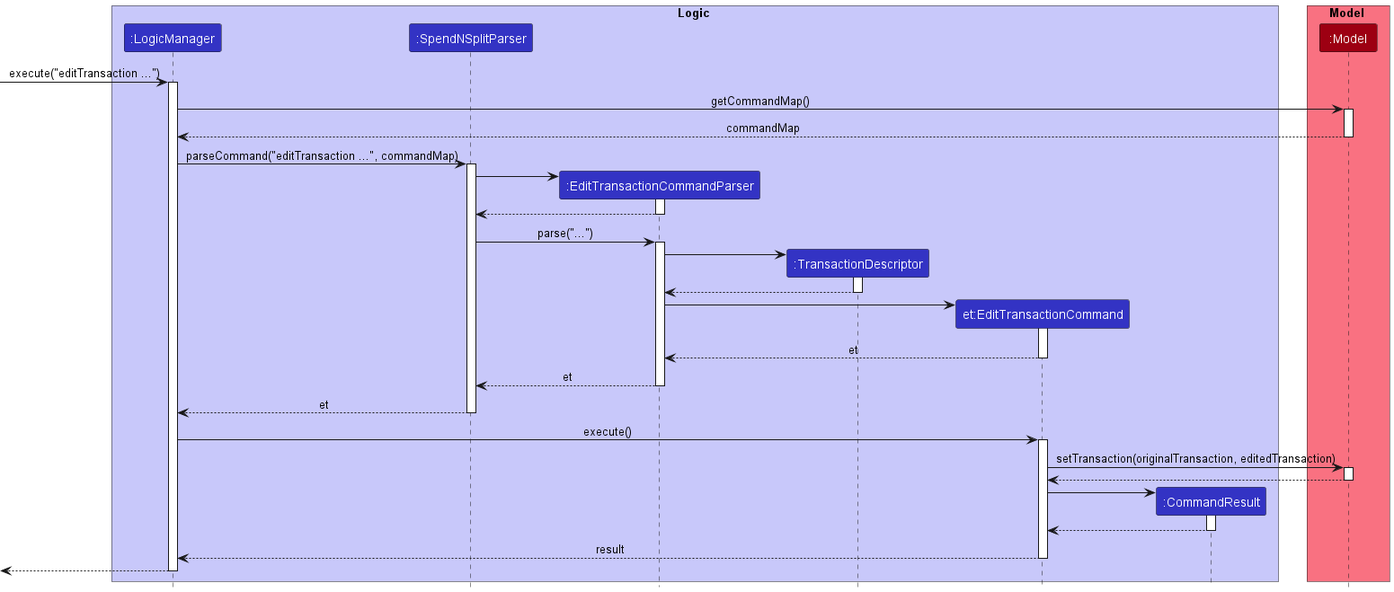
This is docs/images/EditTransactionSequenceDiagram.png from wui-hong/tp, a PlantUML export, as it was before one commit.
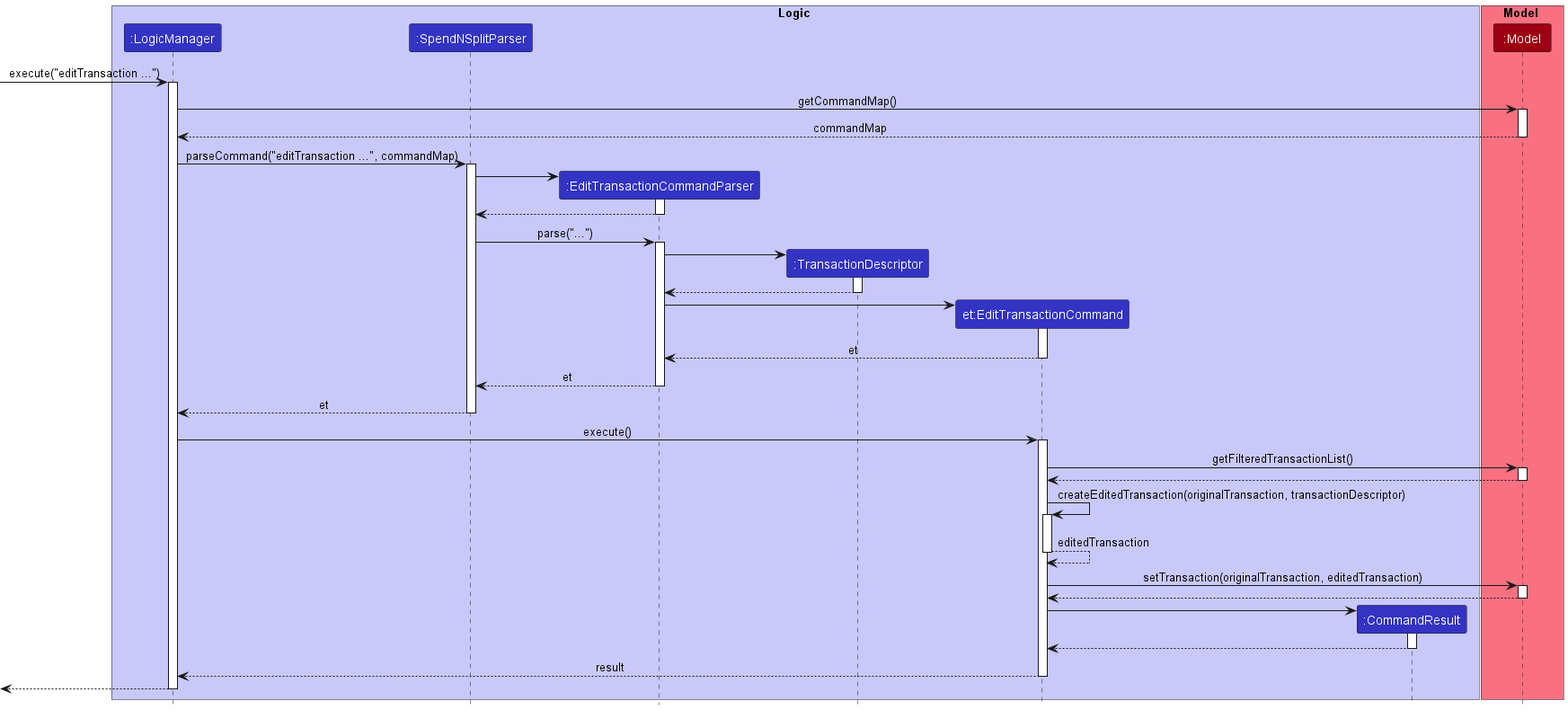
The same file after the commit.

The edit, as a diff of the source:
```diff
@@ -59,6 +59,18 @@
 LogicManager -> EditTransactionCommand : execute()
 activate EditTransactionCommand
 
+EditTransactionCommand -> Model : getFilteredTransactionList()
+activate Model
+
+Model --> EditTransactionCommand
+deactivate Model
+
+EditTransactionCommand -> EditTransactionCommand : createEditedTransaction(originalTransaction, transactionDescriptor)
+activate EditTransactionCommand
+
+EditTransactionCommand --> EditTransactionCommand : editedTransaction
+deactivate EditTransactionCommand
+
 EditTransactionCommand -> Model : setTransaction(originalTransaction, editedTransaction)
 activate Model
 
```
